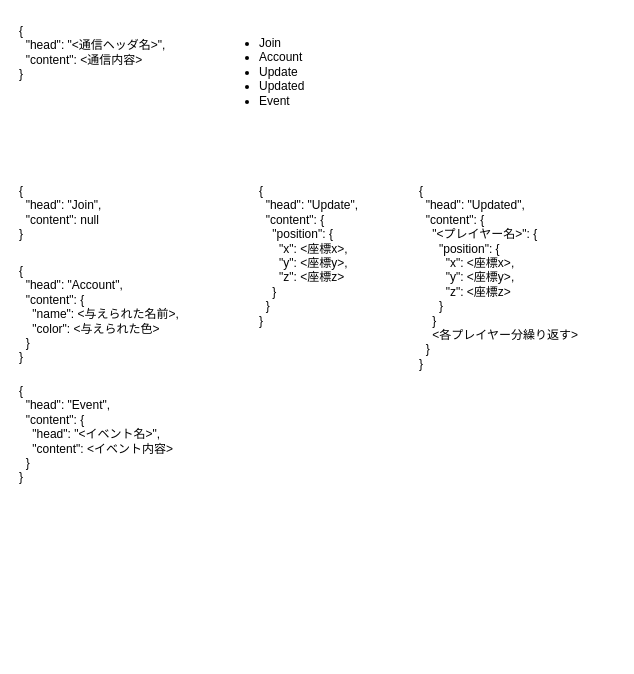
Before: page "通信Json" (14 of 14) of Doc/仕様設計.drawio in 3doriTea/VRTea, a draw.io diagram. Source tidied: cells renumbered, new cells numbered last; positions are measured from the earlier drawing's top-left corner, leaving out a move shared by most shapes. Both pictures are drawn from the tidied source at 100%, with x=0, y=0 at pixel (17, 17).
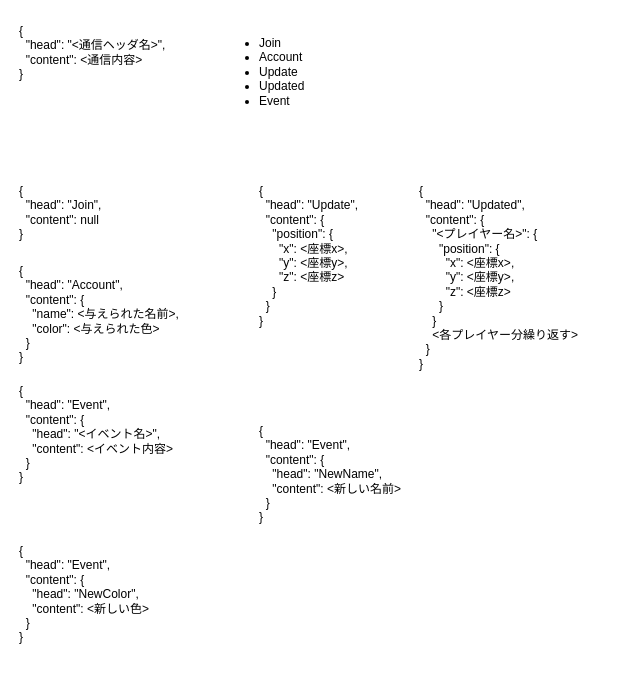
Above is the later version.

Commit message:
仕様設計.drawio を更新

Change to the diagram source:
```diff
@@
 <mxGraphModel>
   <root>
     <mxCell id="0" />
     <mxCell id="1" parent="0" />
     <mxCell id="2" value="{&lt;div&gt;&amp;nbsp; &quot;head&quot;: &quot;&amp;lt;通信ヘッダ名&amp;gt;&quot;,&lt;/div&gt;&lt;div&gt;&amp;nbsp; &quot;content&quot;: &amp;lt;通信内容&amp;gt;&lt;br&gt;&lt;div&gt;}&lt;/div&gt;&lt;/div&gt;" style="text;html=1;whiteSpace=wrap;strokeColor=none;fillColor=none;align=left;verticalAlign=top;rounded=0;fontFamily=Cascadia Code;" parent="1" vertex="1">
       <mxGeometry width="200" height="80" as="geometry" />
     </mxCell>
     <mxCell id="3" value="&lt;ul&gt;&lt;li&gt;Join&lt;/li&gt;&lt;li&gt;Account&lt;/li&gt;&lt;li&gt;Update&lt;/li&gt;&lt;li&gt;Updated&lt;/li&gt;&lt;li&gt;Event&lt;/li&gt;&lt;/ul&gt;" style="text;html=1;whiteSpace=wrap;strokeColor=none;fillColor=none;align=left;verticalAlign=top;rounded=0;" parent="1" vertex="1">
       <mxGeometry x="200" width="160" height="200" as="geometry" />
     </mxCell>
     <mxCell id="4" value="{&lt;div&gt;&amp;nbsp; &quot;head&quot;: &quot;Join&quot;,&lt;/div&gt;&lt;div&gt;&amp;nbsp; &quot;content&quot;: null&lt;br&gt;&lt;div&gt;}&lt;/div&gt;&lt;/div&gt;" style="text;html=1;whiteSpace=wrap;strokeColor=none;fillColor=none;align=left;verticalAlign=top;rounded=0;fontFamily=Cascadia Code;" parent="1" vertex="1">
       <mxGeometry y="160" width="200" height="80" as="geometry" />
     </mxCell>
     <mxCell id="5" value="{&lt;div&gt;&amp;nbsp; &quot;head&quot;: &quot;Account&quot;,&lt;/div&gt;&lt;div&gt;&amp;nbsp; &quot;content&quot;: {&lt;/div&gt;&lt;div&gt;&amp;nbsp; &amp;nbsp; &quot;name&quot;: &amp;lt;与えられた名前&amp;gt;,&lt;/div&gt;&lt;div&gt;&amp;nbsp; &amp;nbsp; &quot;color&quot;: &amp;lt;与えられた色&amp;gt;&lt;/div&gt;&lt;div&gt;&amp;nbsp; }&lt;br&gt;&lt;div&gt;}&lt;/div&gt;&lt;/div&gt;" style="text;html=1;whiteSpace=wrap;strokeColor=none;fillColor=none;align=left;verticalAlign=top;rounded=0;fontFamily=Cascadia Code;" parent="1" vertex="1">
       <mxGeometry y="240" width="200" height="120" as="geometry" />
     </mxCell>
     <mxCell id="6" value="{&lt;div&gt;&amp;nbsp; &quot;head&quot;: &quot;Update&quot;,&lt;/div&gt;&lt;div&gt;&amp;nbsp; &quot;content&quot;: {&lt;/div&gt;&lt;div&gt;&amp;nbsp; &amp;nbsp; &quot;position&quot;: {&lt;/div&gt;&lt;div&gt;&amp;nbsp; &amp;nbsp; &amp;nbsp; &quot;x&quot;: &amp;lt;座標x&amp;gt;,&lt;/div&gt;&lt;div&gt;&lt;div&gt;&amp;nbsp; &amp;nbsp; &amp;nbsp; &quot;y&quot;: &amp;lt;座標y&amp;gt;,&lt;/div&gt;&lt;div&gt;&lt;div&gt;&amp;nbsp; &amp;nbsp; &amp;nbsp; &quot;z&quot;: &amp;lt;座標z&amp;gt;&lt;/div&gt;&lt;/div&gt;&lt;/div&gt;&lt;div&gt;&amp;nbsp; &amp;nbsp; }&lt;/div&gt;&lt;div&gt;&amp;nbsp; }&lt;br&gt;&lt;div&gt;}&lt;/div&gt;&lt;/div&gt;" style="text;html=1;whiteSpace=wrap;strokeColor=none;fillColor=none;align=left;verticalAlign=top;rounded=0;fontFamily=Cascadia Code;" parent="1" vertex="1">
       <mxGeometry x="240" y="160" width="160" height="160" as="geometry" />
     </mxCell>
     <mxCell id="7" value="{&lt;div&gt;&amp;nbsp; &quot;head&quot;: &quot;Updated&quot;,&lt;/div&gt;&lt;div&gt;&amp;nbsp; &quot;content&quot;: {&lt;/div&gt;&lt;div&gt;&amp;nbsp; &amp;nbsp; &quot;&amp;lt;プレイヤー名&amp;gt;&quot;: {&lt;/div&gt;&lt;div&gt;&amp;nbsp; &amp;nbsp; &amp;nbsp; &quot;position&quot;: {&lt;/div&gt;&lt;div&gt;&amp;nbsp; &amp;nbsp; &amp;nbsp; &amp;nbsp; &quot;x&quot;: &amp;lt;座標x&amp;gt;,&lt;/div&gt;&lt;div&gt;&lt;div&gt;&amp;nbsp; &amp;nbsp; &amp;nbsp; &amp;nbsp; &quot;y&quot;: &amp;lt;座標y&amp;gt;,&lt;/div&gt;&lt;div&gt;&lt;div&gt;&amp;nbsp; &amp;nbsp; &amp;nbsp; &amp;nbsp; &quot;z&quot;: &amp;lt;座標z&amp;gt;&lt;/div&gt;&lt;/div&gt;&lt;/div&gt;&lt;div&gt;&amp;nbsp; &amp;nbsp; &amp;nbsp; }&lt;/div&gt;&lt;div&gt;&amp;nbsp; &amp;nbsp; }&lt;/div&gt;&lt;div&gt;&amp;nbsp; &amp;nbsp; &amp;lt;各プレイヤー分繰り返す&amp;gt;&lt;/div&gt;&lt;div&gt;&amp;nbsp; }&lt;br&gt;&lt;div&gt;}&lt;/div&gt;&lt;/div&gt;" style="text;html=1;whiteSpace=wrap;strokeColor=none;fillColor=none;align=left;verticalAlign=top;rounded=0;fontFamily=Cascadia Code;" parent="1" vertex="1">
       <mxGeometry x="400" y="160" width="200" height="200" as="geometry" />
     </mxCell>
     <mxCell id="8" value="{&lt;div&gt;&amp;nbsp; &quot;head&quot;: &quot;Event&quot;,&lt;/div&gt;&lt;div&gt;&amp;nbsp; &quot;content&quot;: {&lt;/div&gt;&lt;div&gt;&amp;nbsp; &amp;nbsp; &quot;head&quot;: &quot;&amp;lt;イベント名&amp;gt;&quot;,&lt;/div&gt;&lt;div&gt;&amp;nbsp; &amp;nbsp; &quot;content&quot;: &amp;lt;イベント内容&amp;gt;&lt;/div&gt;&lt;div&gt;&lt;span style=&quot;background-color: transparent; color: light-dark(rgb(0, 0, 0), rgb(255, 255, 255));&quot;&gt;&amp;nbsp; }&lt;/span&gt;&lt;/div&gt;&lt;div&gt;&lt;div&gt;}&lt;/div&gt;&lt;/div&gt;" style="text;html=1;whiteSpace=wrap;strokeColor=none;fillColor=none;align=left;verticalAlign=top;rounded=0;fontFamily=Cascadia Code;" parent="1" vertex="1">
-      <mxGeometry y="360" width="280" height="160" as="geometry" />
+      <mxGeometry y="360" width="200" height="160" as="geometry" />
     </mxCell>
+    <mxCell id="9" value="{&lt;div&gt;&amp;nbsp; &quot;head&quot;: &quot;Event&quot;,&lt;/div&gt;&lt;div&gt;&amp;nbsp; &quot;content&quot;: {&lt;/div&gt;&lt;div&gt;&amp;nbsp; &amp;nbsp; &quot;head&quot;: &quot;NewName&quot;,&lt;/div&gt;&lt;div&gt;&amp;nbsp; &amp;nbsp; &quot;content&quot;: &amp;lt;新しい名前&amp;gt;&lt;/div&gt;&lt;div&gt;&lt;span style=&quot;background-color: transparent; color: light-dark(rgb(0, 0, 0), rgb(255, 255, 255));&quot;&gt;&amp;nbsp; }&lt;/span&gt;&lt;/div&gt;&lt;div&gt;&lt;div&gt;}&lt;/div&gt;&lt;/div&gt;" style="text;html=1;whiteSpace=wrap;strokeColor=none;fillColor=none;align=left;verticalAlign=top;rounded=0;fontFamily=Cascadia Code;" parent="1" vertex="1">
+      <mxGeometry x="240" y="400" width="200" height="120" as="geometry" />
+    </mxCell>
+    <mxCell id="10" value="{&lt;div&gt;&amp;nbsp; &quot;head&quot;: &quot;Event&quot;,&lt;/div&gt;&lt;div&gt;&amp;nbsp; &quot;content&quot;: {&lt;/div&gt;&lt;div&gt;&amp;nbsp; &amp;nbsp; &quot;head&quot;: &quot;NewColor&quot;,&lt;/div&gt;&lt;div&gt;&amp;nbsp; &amp;nbsp; &quot;content&quot;: &amp;lt;新しい色&amp;gt;&lt;/div&gt;&lt;div&gt;&lt;span style=&quot;background-color: transparent; color: light-dark(rgb(0, 0, 0), rgb(255, 255, 255));&quot;&gt;&amp;nbsp; }&lt;/span&gt;&lt;/div&gt;&lt;div&gt;&lt;div&gt;}&lt;/div&gt;&lt;/div&gt;" style="text;html=1;whiteSpace=wrap;strokeColor=none;fillColor=none;align=left;verticalAlign=top;rounded=0;fontFamily=Cascadia Code;" parent="1" vertex="1">
+      <mxGeometry y="520" width="200" height="120" as="geometry" />
+    </mxCell>
   </root>
 </mxGraphModel>
```
